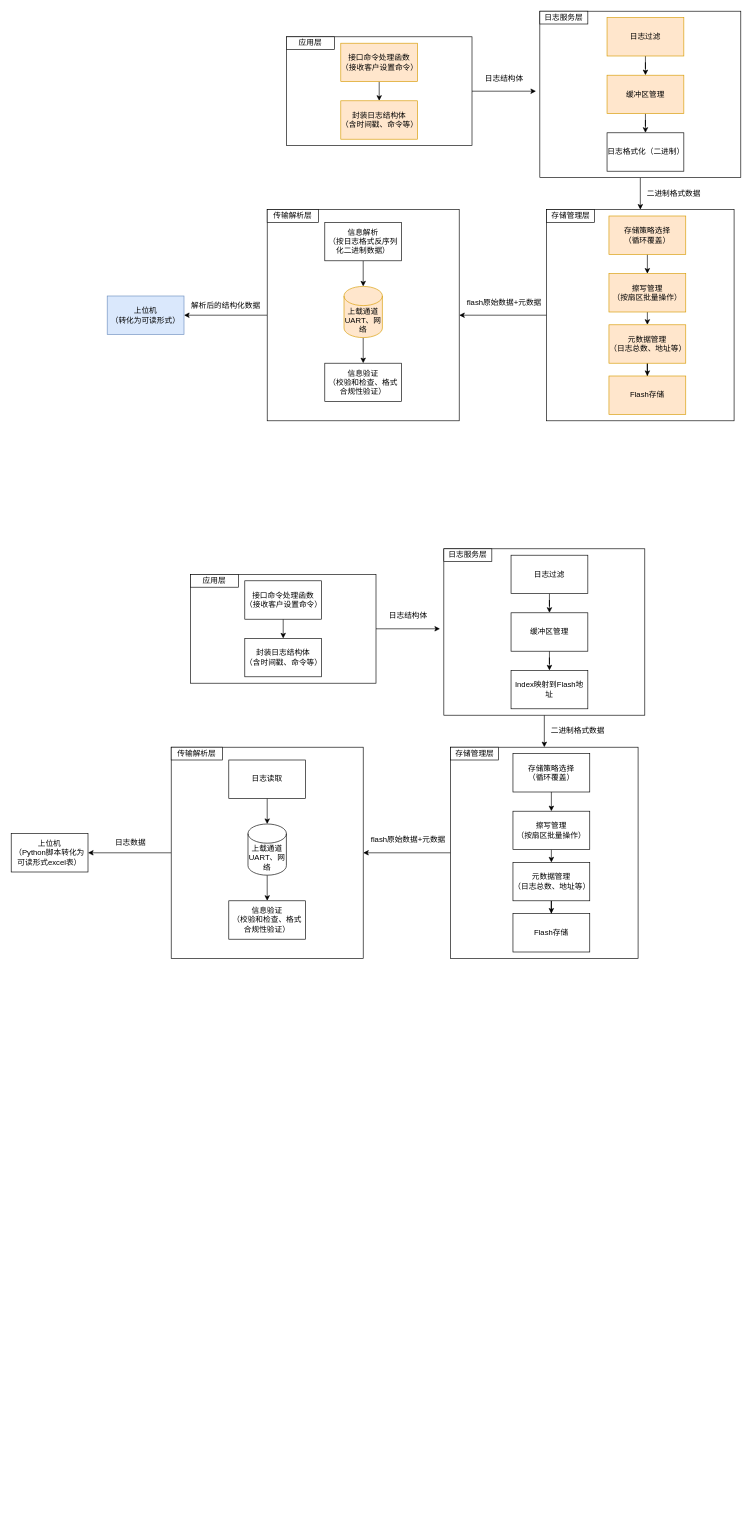
WHUT-LHT/hello-world keeps this draw.io diagram as page "第 6 页" (6 of 11) of 未命名绘图1.drawio. Above is the earlier version. Source tidied: cells renumbered, new cells numbered last; positions are measured from the earlier drawing's top-left corner, leaving out a move shared by most shapes. Both pictures are drawn from the tidied source at 64%, with x=0, y=0 at pixel (11, 11).
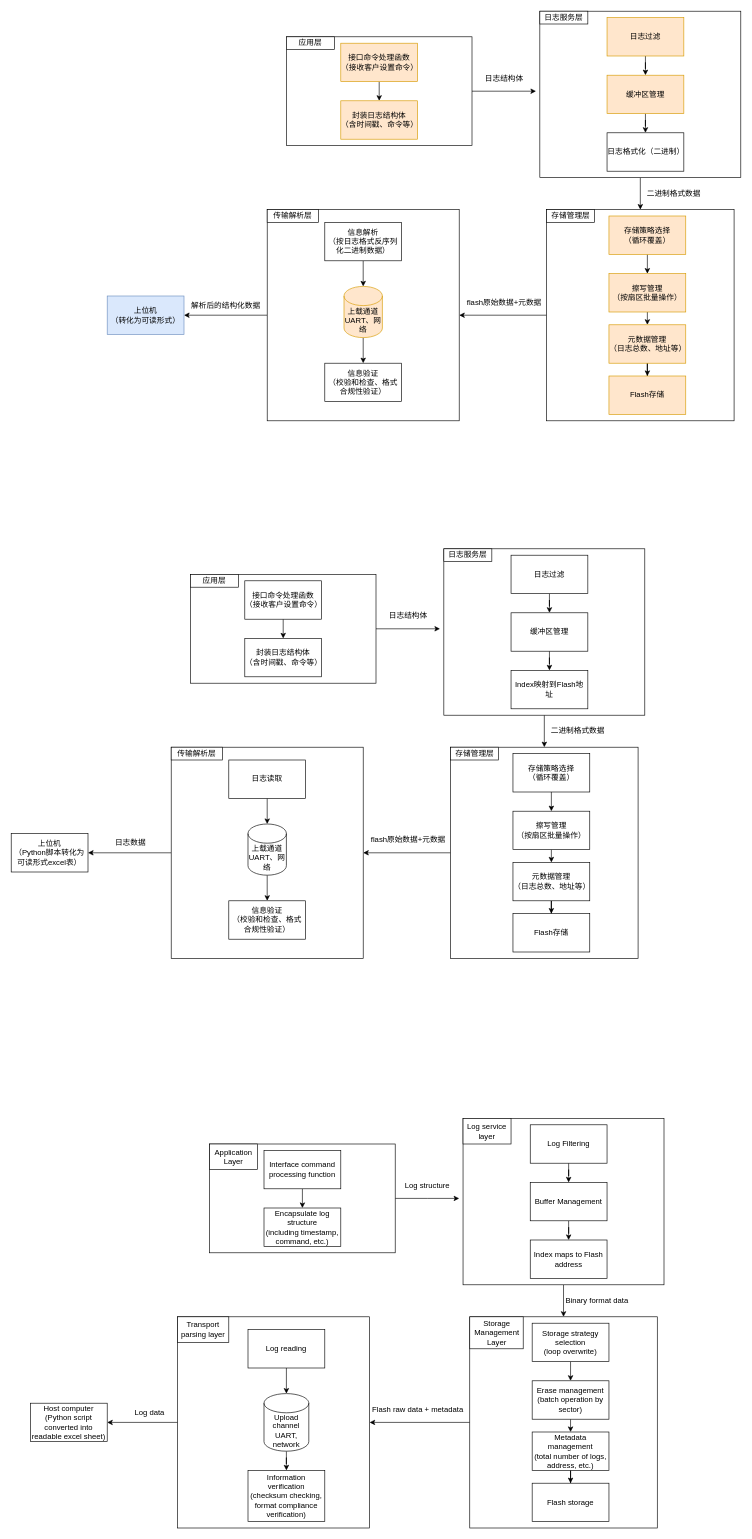
The same page after the edit.

Diff of the diagram source:
```diff
@@
+    <mxCell id="78" style="edgeStyle=orthogonalEdgeStyle;rounded=0;jettySize=auto;html=1;exitX=0.5;exitY=1;exitDx=0;exitDy=0;entryX=0.5;entryY=0;entryDx=0;entryDy=0;" parent="1" edge="1" source="79" target="93">
+      <mxGeometry relative="1" as="geometry" />
+    </mxCell>
+    <mxCell id="79" style="rounded=0;whiteSpace=wrap;html=1;" parent="1" vertex="1">
+      <mxGeometry x="706" y="1730" width="314" height="260" as="geometry" />
+    </mxCell>
+    <mxCell id="80" style="edgeStyle=orthogonalEdgeStyle;rounded=0;jettySize=auto;html=1;" parent="1" edge="1" source="81">
+      <mxGeometry relative="1" as="geometry">
+        <mxPoint x="700" y="1855" as="targetPoint" />
+      </mxGeometry>
+    </mxCell>
+    <mxCell id="81" style="rounded=0;whiteSpace=wrap;html=1;align=center;" parent="1" vertex="1">
+      <mxGeometry x="310" y="1770" width="290" height="170" as="geometry" />
+    </mxCell>
+    <mxCell id="82" value="Application Layer" style="rounded=0;whiteSpace=wrap;html=1;" parent="1" vertex="1">
+      <mxGeometry x="310" y="1770" width="75" height="40" as="geometry" />
+    </mxCell>
+    <mxCell id="83" style="edgeStyle=orthogonalEdgeStyle;rounded=0;jettySize=auto;html=1;exitX=0.5;exitY=1;exitDx=0;exitDy=0;entryX=0.5;entryY=0;entryDx=0;entryDy=0;" parent="1" edge="1" source="84" target="85">
+      <mxGeometry relative="1" as="geometry" />
+    </mxCell>
+    <mxCell id="84" value="Interface command processing function" style="rounded=0;whiteSpace=wrap;html=1;" parent="1" vertex="1">
+      <mxGeometry x="395" y="1780" width="120" height="60" as="geometry" />
+    </mxCell>
+    <mxCell id="85" value="&lt;div&gt;Encapsulate log structure&lt;/div&gt;&lt;div&gt;(including timestamp, command, etc.)&lt;/div&gt;" style="rounded=0;whiteSpace=wrap;html=1;" parent="1" vertex="1">
+      <mxGeometry x="395" y="1870" width="120" height="60" as="geometry" />
+    </mxCell>
+    <mxCell id="86" style="edgeStyle=orthogonalEdgeStyle;rounded=0;jettySize=auto;html=1;" parent="1" edge="1" source="87" target="89">
+      <mxGeometry relative="1" as="geometry" />
+    </mxCell>
+    <mxCell id="87" value="Log Filtering" style="rounded=0;whiteSpace=wrap;html=1;" parent="1" vertex="1">
+      <mxGeometry x="811" y="1740" width="120" height="60" as="geometry" />
+    </mxCell>
+    <mxCell id="88" style="edgeStyle=orthogonalEdgeStyle;rounded=0;jettySize=auto;html=1;" parent="1" edge="1" source="89" target="91">
+      <mxGeometry relative="1" as="geometry" />
+    </mxCell>
+    <mxCell id="89" value="Buffer Management" style="rounded=0;whiteSpace=wrap;html=1;" parent="1" vertex="1">
+      <mxGeometry x="811" y="1830" width="120" height="60" as="geometry" />
+    </mxCell>
+    <mxCell id="90" value="Log service layer" style="rounded=0;whiteSpace=wrap;html=1;" parent="1" vertex="1">
+      <mxGeometry x="706" y="1730" width="75" height="40" as="geometry" />
+    </mxCell>
+    <mxCell id="91" value="Index maps to Flash address" style="rounded=0;whiteSpace=wrap;html=1;" parent="1" vertex="1">
+      <mxGeometry x="811" y="1920" width="120" height="60" as="geometry" />
+    </mxCell>
+    <mxCell id="92" style="edgeStyle=orthogonalEdgeStyle;rounded=0;jettySize=auto;html=1;entryX=1;entryY=0.5;entryDx=0;entryDy=0;" parent="1" edge="1" source="93" target="104">
+      <mxGeometry relative="1" as="geometry" />
+    </mxCell>
+    <mxCell id="93" style="rounded=0;whiteSpace=wrap;html=1;" parent="1" vertex="1">
+      <mxGeometry x="716.5" y="2040" width="293" height="330" as="geometry" />
+    </mxCell>
+    <mxCell id="94" value="Storage Management Layer" style="rounded=0;whiteSpace=wrap;html=1;" parent="1" vertex="1">
+      <mxGeometry x="716.5" y="2040" width="83.5" height="50" as="geometry" />
+    </mxCell>
+    <mxCell id="95" style="edgeStyle=orthogonalEdgeStyle;rounded=0;jettySize=auto;html=1;exitX=0.5;exitY=1;exitDx=0;exitDy=0;entryX=0.5;entryY=0;entryDx=0;entryDy=0;" parent="1" edge="1" source="96" target="98">
+      <mxGeometry relative="1" as="geometry" />
+    </mxCell>
+    <mxCell id="96" value="&lt;div&gt;Storage strategy selection&lt;/div&gt;&lt;div&gt;(loop overwrite)&lt;/div&gt;" style="rounded=0;whiteSpace=wrap;html=1;" parent="1" vertex="1">
+      <mxGeometry x="814" y="2050" width="120" height="60" as="geometry" />
+    </mxCell>
+    <mxCell id="97" style="edgeStyle=orthogonalEdgeStyle;rounded=0;jettySize=auto;html=1;exitX=0.5;exitY=1;exitDx=0;exitDy=0;entryX=0.5;entryY=0;entryDx=0;entryDy=0;" parent="1" edge="1" source="98" target="100">
+      <mxGeometry relative="1" as="geometry" />
+    </mxCell>
+    <mxCell id="98" value="Erase management (batch operation by sector)" style="rounded=0;whiteSpace=wrap;html=1;" parent="1" vertex="1">
+      <mxGeometry x="814" y="2140" width="120" height="60" as="geometry" />
+    </mxCell>
+    <mxCell id="99" style="edgeStyle=orthogonalEdgeStyle;rounded=0;jettySize=auto;html=1;" parent="1" edge="1" source="100" target="101">
+      <mxGeometry relative="1" as="geometry" />
+    </mxCell>
+    <mxCell id="100" value="&lt;div&gt;Metadata management&lt;/div&gt;&lt;div&gt;(total number of logs, address, etc.)&lt;/div&gt;" style="rounded=0;whiteSpace=wrap;html=1;" parent="1" vertex="1">
+      <mxGeometry x="814" y="2220" width="120" height="60" as="geometry" />
+    </mxCell>
+    <mxCell id="101" value="Flash storage" style="rounded=0;whiteSpace=wrap;html=1;" parent="1" vertex="1">
+      <mxGeometry x="814" y="2300" width="120" height="60" as="geometry" />
+    </mxCell>
+    <mxCell id="102" style="edgeStyle=orthogonalEdgeStyle;rounded=0;orthogonalLoop=1;jettySize=auto;html=1;exitX=0.5;exitY=1;exitDx=0;exitDy=0;" parent="1" edge="1" source="96" target="96">
+      <mxGeometry relative="1" as="geometry" />
+    </mxCell>
+    <mxCell id="103" style="edgeStyle=orthogonalEdgeStyle;rounded=0;jettySize=auto;html=1;exitX=0;exitY=0.5;exitDx=0;exitDy=0;entryX=1;entryY=0.5;entryDx=0;entryDy=0;" parent="1" edge="1" source="104" target="115">
+      <mxGeometry relative="1" as="geometry" />
+    </mxCell>
+    <mxCell id="104" value="&lt;h4 style=&quot;-webkit-font-smoothing: antialiased; box-sizing: border-box; -webkit-tap-highlight-color: rgba(0, 0, 0, 0); font-weight: 700; line-height: 28px; margin-top: 24px; font-size: 16px; color: rgb(0, 0, 0); overflow-anchor: auto; font-family: Inter, -apple-system, BlinkMacSystemFont, &amp;quot;Segoe UI&amp;quot;, &amp;quot;SF Pro SC&amp;quot;, &amp;quot;SF Pro Display&amp;quot;, &amp;quot;SF Pro Icons&amp;quot;, &amp;quot;PingFang SC&amp;quot;, &amp;quot;Hiragino Sans GB&amp;quot;, &amp;quot;Microsoft YaHei&amp;quot;, &amp;quot;Helvetica Neue&amp;quot;, Helvetica, Arial, sans-serif; font-style: normal; font-variant-ligatures: normal; font-variant-caps: normal; letter-spacing: normal; orphans: 2; text-align: start; text-indent: 0px; text-transform: none; widows: 2; word-spacing: 0px; -webkit-text-stroke-width: 0px; white-space: normal; background-color: rgb(255, 255, 255); text-decoration-thickness: initial; text-decoration-style: initial; text-decoration-color: initial; margin-bottom: 8px !important; padding-bottom: 0px !important;&quot; class=&quot;header-jfw95c auto-hide-last-sibling-br&quot;&gt;&lt;br&gt;&lt;/h4&gt;&lt;div&gt;&lt;br/&gt;&lt;/div&gt;" style="rounded=0;whiteSpace=wrap;html=1;" parent="1" vertex="1">
+      <mxGeometry x="260" y="2040" width="300" height="330" as="geometry" />
+    </mxCell>
+    <mxCell id="105" value="Transport parsing layer" style="rounded=0;whiteSpace=wrap;html=1;" parent="1" vertex="1">
+      <mxGeometry x="260" y="2040" width="80" height="40" as="geometry" />
+    </mxCell>
+    <mxCell id="106" style="edgeStyle=orthogonalEdgeStyle;rounded=0;jettySize=auto;html=1;" parent="1" edge="1" source="107" target="109">
+      <mxGeometry relative="1" as="geometry" />
+    </mxCell>
+    <mxCell id="107" value="Log reading" style="rounded=0;whiteSpace=wrap;html=1;" parent="1" vertex="1">
+      <mxGeometry x="370" y="2060" width="120" height="60" as="geometry" />
+    </mxCell>
+    <mxCell id="108" style="edgeStyle=orthogonalEdgeStyle;rounded=0;jettySize=auto;html=1;" parent="1" edge="1" source="109" target="110">
+      <mxGeometry relative="1" as="geometry" />
+    </mxCell>
+    <mxCell id="109" value="Upload channel UART, network" style="shape=cylinder3;whiteSpace=wrap;html=1;boundedLbl=1;backgroundOutline=1;size=15;" parent="1" vertex="1">
+      <mxGeometry x="395" y="2160" width="70" height="90" as="geometry" />
+    </mxCell>
+    <mxCell id="110" value="&lt;div&gt;Information verification&lt;/div&gt;&lt;div&gt;(checksum checking, format compliance verification)&lt;/div&gt;" style="rounded=0;whiteSpace=wrap;html=1;" parent="1" vertex="1">
+      <mxGeometry x="370" y="2280" width="120" height="80" as="geometry" />
+    </mxCell>
+    <mxCell id="111" value="Log structure" style="text;html=1;align=center;verticalAlign=middle;strokeColor=none;fillColor=none;" parent="1" vertex="1">
+      <mxGeometry x="605" y="1820" width="90" height="30" as="geometry" />
+    </mxCell>
+    <mxCell id="112" value="Binary format data" style="text;html=1;align=center;verticalAlign=middle;strokeColor=none;fillColor=none;" parent="1" vertex="1">
+      <mxGeometry x="855" y="2000" width="120" height="30" as="geometry" />
+    </mxCell>
+    <mxCell id="113" value="Flash raw data + metadata" style="text;html=1;align=center;verticalAlign=middle;strokeColor=none;fillColor=none;" parent="1" vertex="1">
+      <mxGeometry x="550" y="2170" width="170" height="30" as="geometry" />
+    </mxCell>
+    <mxCell id="114" value="Log data" style="text;html=1;align=center;verticalAlign=middle;strokeColor=none;fillColor=none;" parent="1" vertex="1">
+      <mxGeometry x="181" y="2175" width="70" height="30" as="geometry" />
+    </mxCell>
+    <mxCell id="115" value="&lt;div&gt;Host computer&lt;/div&gt;&lt;div&gt;(Python script converted into readable excel sheet)&lt;/div&gt;" style="rounded=0;whiteSpace=wrap;html=1;" parent="1" vertex="1">
+      <mxGeometry x="30" y="2175" width="120" height="60" as="geometry" />
+    </mxCell>
```
